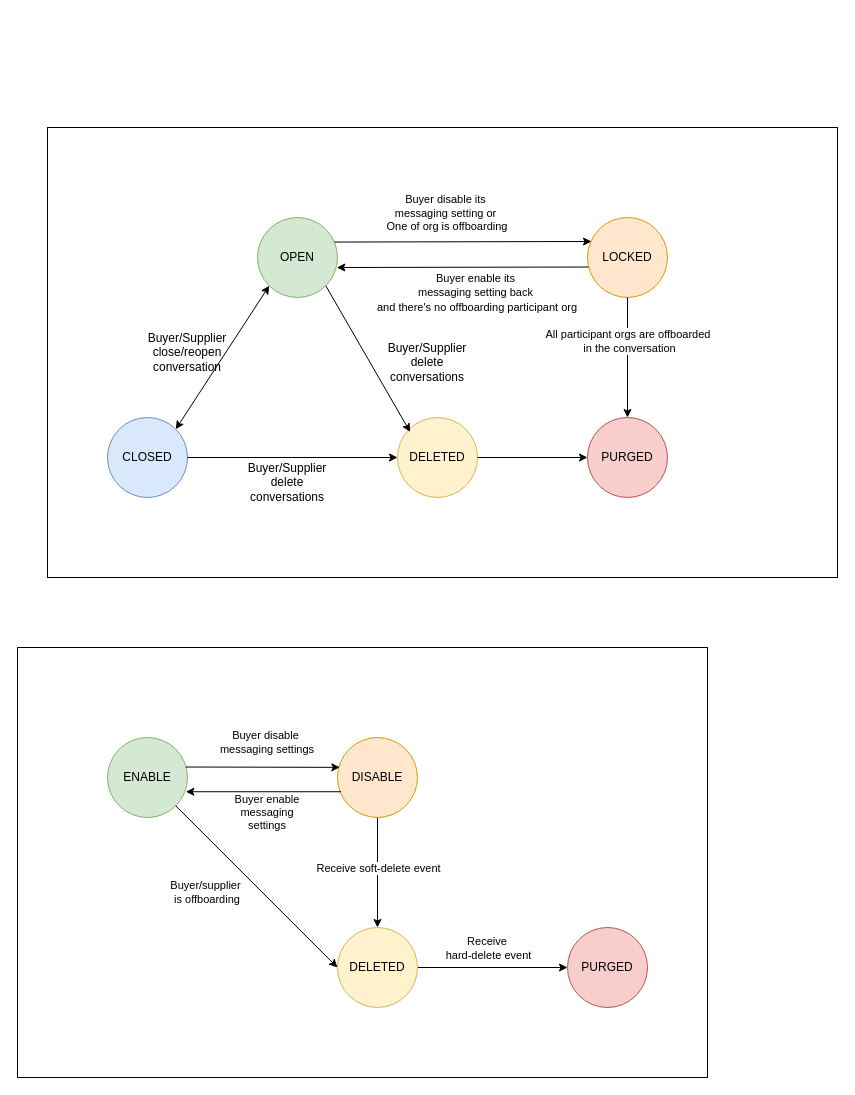
Earlier version of the draw.io diagram page "Page-4" (4 of 5) of messaging.drawio (huangshijie/Drawio). Source tidied: cells renumbered, new cells numbered last; positions are measured from the earlier drawing's top-left corner, leaving out a move shared by most shapes. Both pictures are drawn from the tidied source at 100%, with x=0, y=0 at pixel (17, 127).
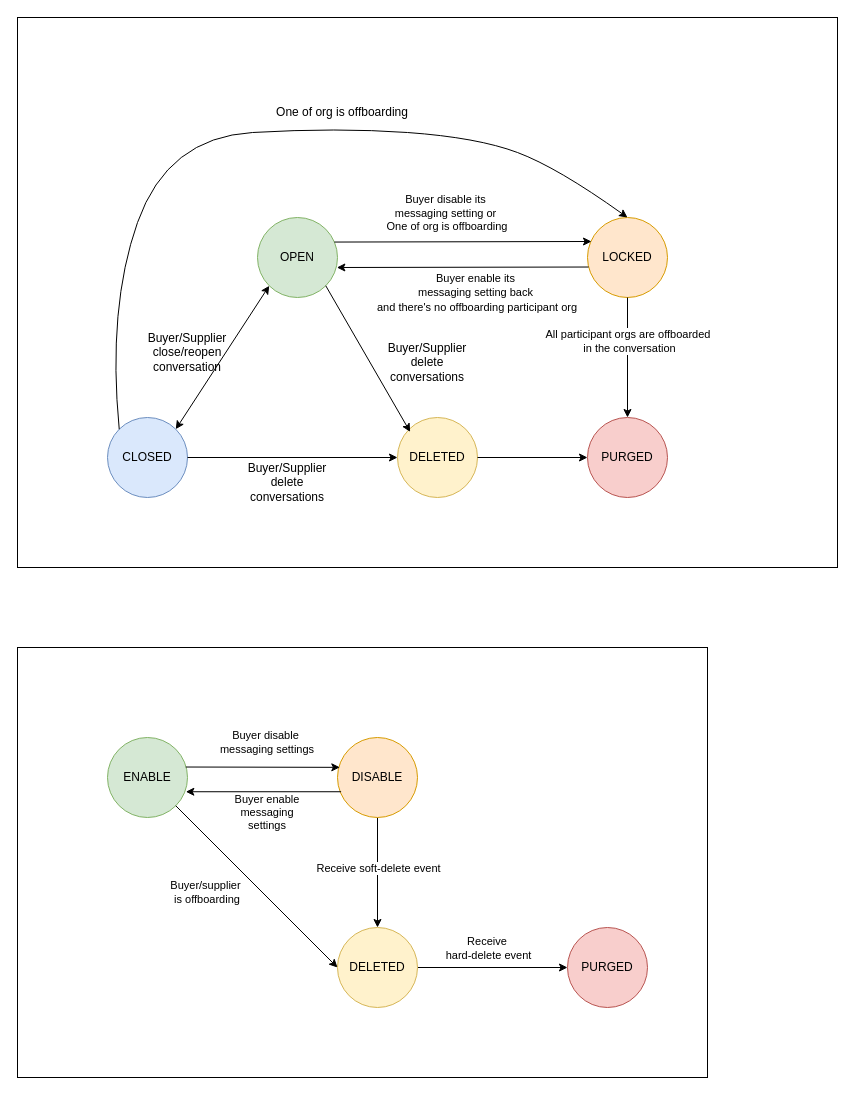
The same page after the edit.

The change refers to these unchanged cells:
```xml
<mxCell id="6" value="CLOSED" style="ellipse;whiteSpace=wrap;html=1;fillColor=#dae8fc;strokeColor=#6c8ebf;" parent="1" vertex="1">
  <mxGeometry x="90" y="290" width="80" height="80" as="geometry" />
</mxCell>
<mxCell id="7" value="LOCKED" style="ellipse;whiteSpace=wrap;html=1;fillColor=#ffe6cc;strokeColor=#d79b00;" parent="1" vertex="1">
  <mxGeometry x="570" y="90" width="80" height="80" as="geometry" />
</mxCell>
```

The edit, as a diff of the source:
```diff
@@
     <mxCell id="3" style="rounded=0;whiteSpace=wrap;html=1;" parent="1" vertex="1">
-      <mxGeometry x="30" width="790" height="450" as="geometry" />
+      <mxGeometry y="-110" width="820" height="550" as="geometry" />
     </mxCell>
@@
+    <mxCell id="36" style="curved=1;endArrow=classic;html=1;rounded=0;exitX=0;exitY=0;exitDx=0;exitDy=0;entryX=0.5;entryY=0;entryDx=0;entryDy=0;" parent="1" edge="1" source="6" target="7">
+      <mxGeometry relative="1" as="geometry">
+        <Array as="points">
+          <mxPoint x="90" y="180" />
+          <mxPoint x="150" y="10" />
+          <mxPoint x="320" />
+          <mxPoint x="460" y="10" />
+          <mxPoint x="540" y="40" />
+        </Array>
+      </mxGeometry>
+    </mxCell>
+    <mxCell id="37" value="One of org is offboarding" style="text;html=1;whiteSpace=wrap;strokeColor=none;fillColor=none;align=center;verticalAlign=middle;rounded=0;" parent="1" vertex="1">
+      <mxGeometry x="205" y="-30" width="240" height="30" as="geometry" />
+    </mxCell>
```
